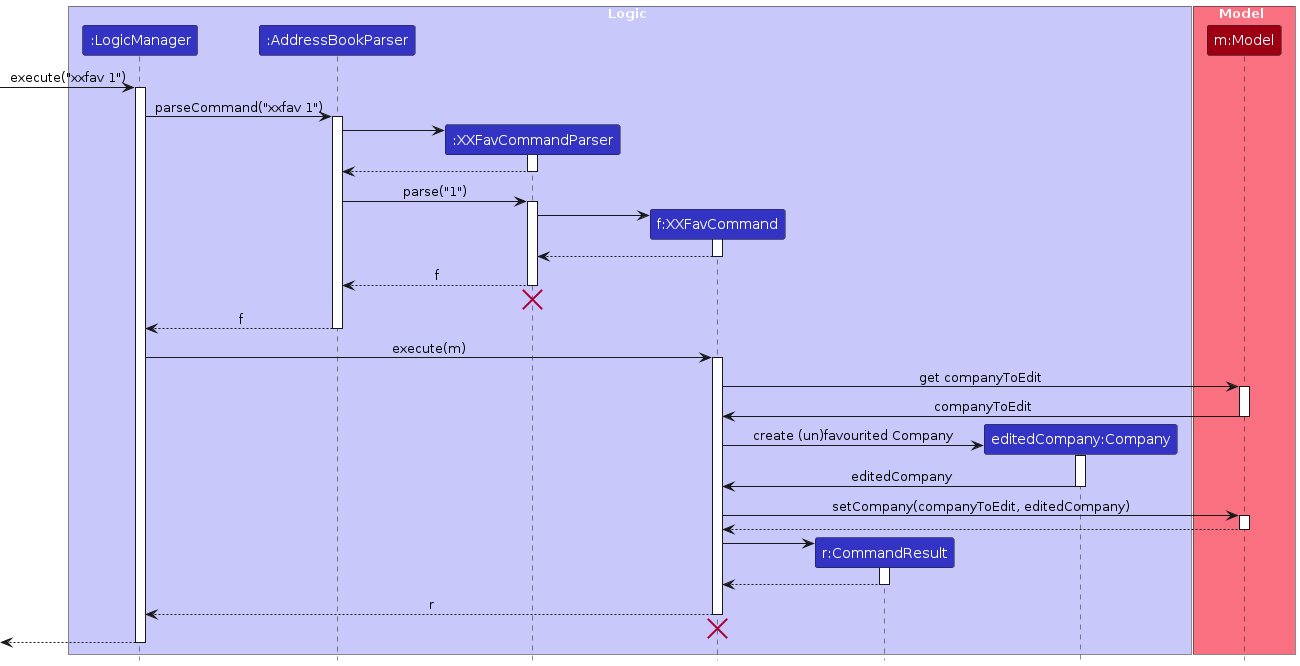
Before: diagrams/FavSequenceDiagram.png, a diagram exported from PlantUML (AY2425S1-CS2103T-T09-1/tp). Its source is kept beside it as diagrams/FavSequenceDiagram.puml.
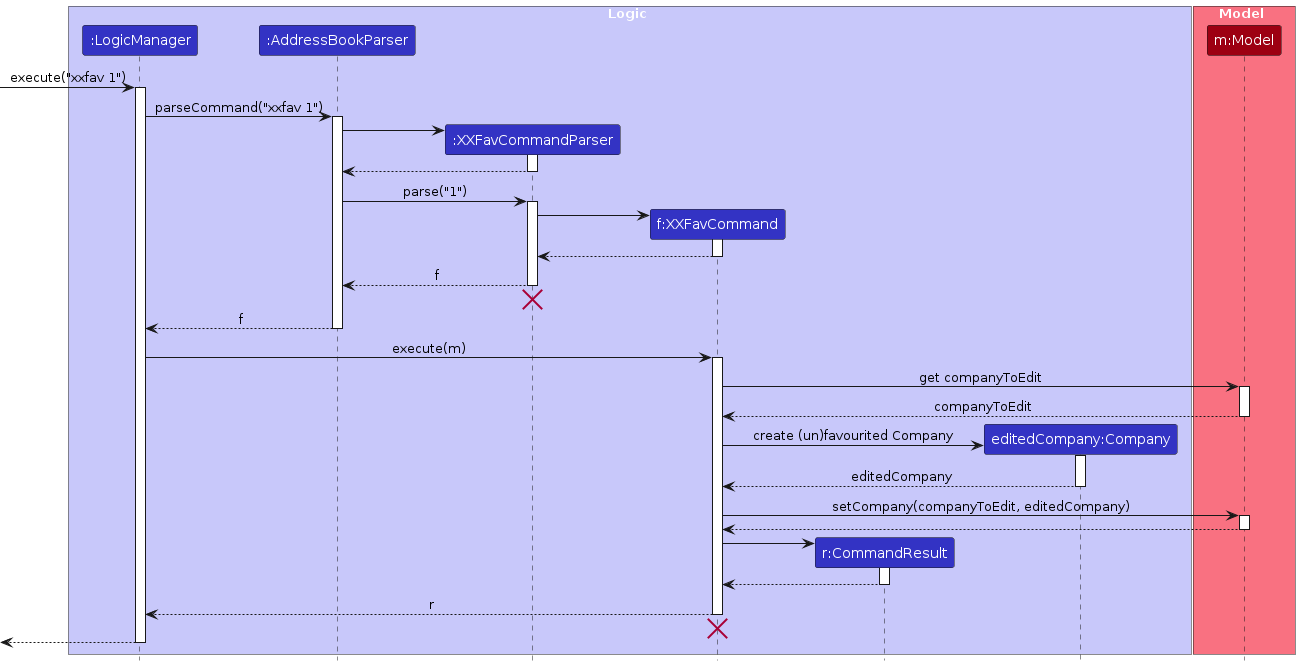
After the change.

The edit, as a diff of the source:
```diff
@@ -52,14 +52,14 @@
 XXFavCommand -> Model : get companyToEdit
 activate Model
 
-Model -> XXFavCommand : companyToEdit
+Model --> XXFavCommand : companyToEdit
 deactivate Model
 
 create Company
 XXFavCommand -> Company : create (un)favourited Company
 activate Company
 
-Company -> XXFavCommand : editedCompany
+Company --> XXFavCommand : editedCompany
 deactivate Company
 
 XXFavCommand -> Model : setCompany(companyToEdit, editedCompany)
```
